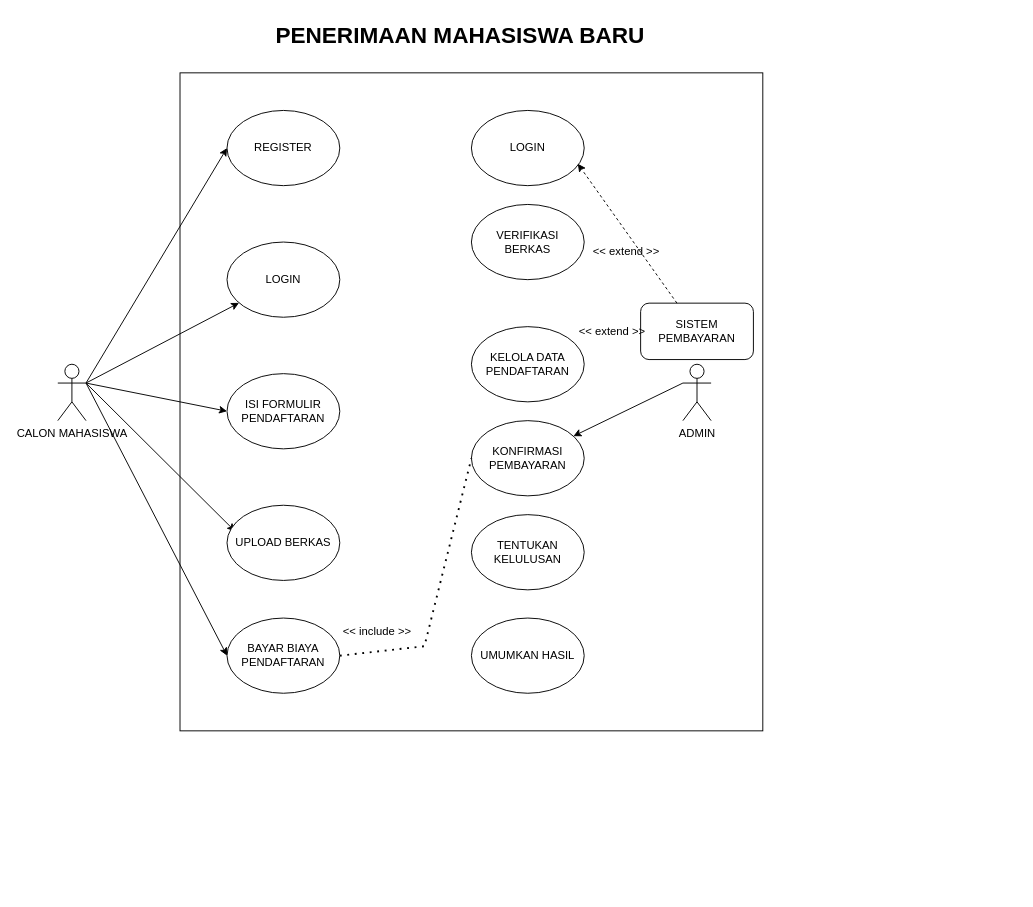
hanatrp/analisis-dan-perancangan-sistem keeps this draw.io diagram as page "Page-1" (1 of 2) of pmb/PMB.drawio. Above is the earlier version. Source tidied: cells renumbered, new cells numbered last; positions are measured from the earlier drawing's top-left corner, leaving out a move shared by most shapes. Both pictures are drawn from the tidied source at 94%, with x=0, y=0 at pixel (57, 16).
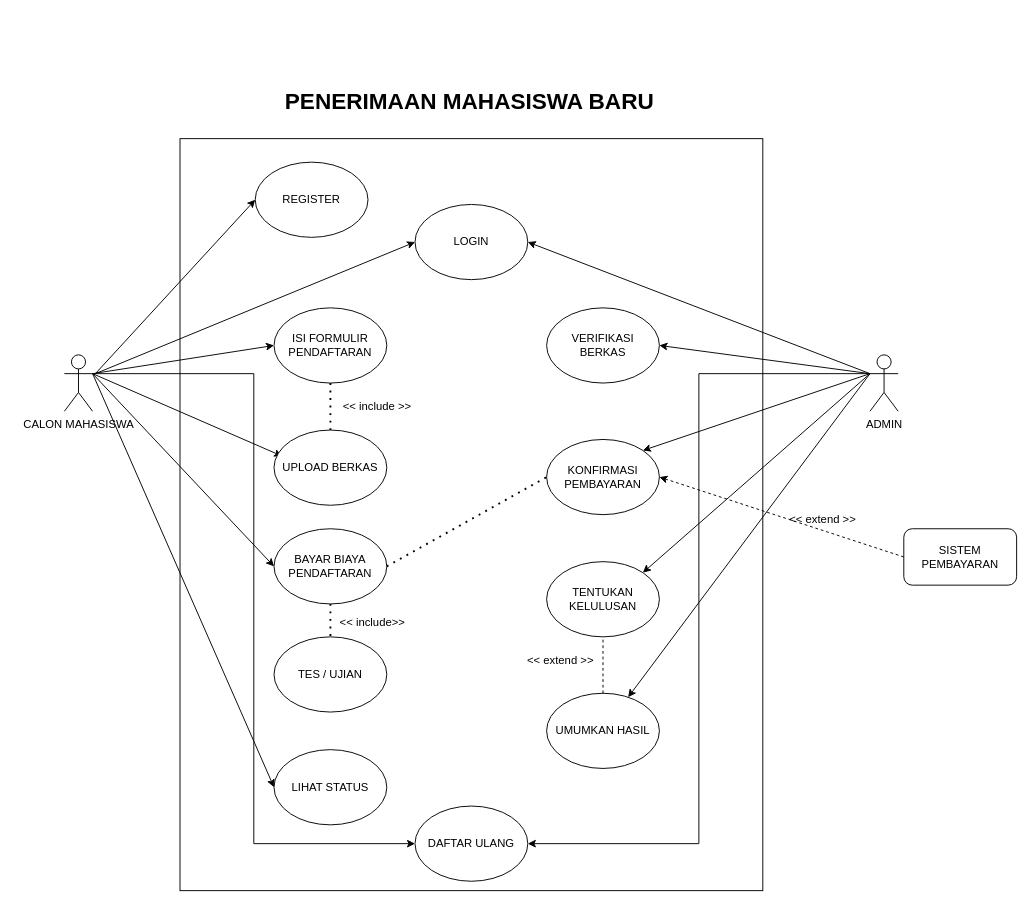
Above is the later version.

Change to the diagram source:
```diff
@@
     <mxCell id="2" style="rounded=0;whiteSpace=wrap;html=1;" parent="1" vertex="1">
-      <mxGeometry x="130" y="60" width="620" height="700" as="geometry" />
+      <mxGeometry x="130" y="130" width="620" height="800" as="geometry" />
     </mxCell>
     <mxCell id="3" style="rounded=0;jettySize=auto;html=1;entryX=0;entryY=0.5;entryDx=0;entryDy=0;" parent="1" edge="1" target="22">
       <mxGeometry relative="1" as="geometry">
-        <mxPoint x="30" y="390" as="sourcePoint" />
+        <mxPoint x="40" y="380" as="sourcePoint" />
       </mxGeometry>
     </mxCell>
-    <mxCell id="4" style="rounded=0;jettySize=auto;html=1;" parent="1" edge="1" target="11">
+    <mxCell id="4" style="rounded=0;jettySize=auto;html=1;entryX=0;entryY=0.5;entryDx=0;entryDy=0;" parent="1" edge="1" target="11">
       <mxGeometry relative="1" as="geometry">
-        <mxPoint x="30" y="390" as="sourcePoint" />
+        <mxPoint x="40" y="380" as="sourcePoint" />
       </mxGeometry>
     </mxCell>
-    <mxCell id="5" style="rounded=0;jettySize=auto;html=1;entryX=0;entryY=0.5;entryDx=0;entryDy=0;exitX=1;exitY=0.3333333333333333;exitDx=0;exitDy=0;exitPerimeter=0;" parent="1" edge="1" source="8" target="12">
-      <mxGeometry relative="1" as="geometry" />
+    <mxCell id="5" style="rounded=0;jettySize=auto;html=1;entryX=0;entryY=0.5;entryDx=0;entryDy=0;" parent="1" edge="1" target="12">
+      <mxGeometry relative="1" as="geometry">
+        <mxPoint x="37" y="380" as="sourcePoint" />
+      </mxGeometry>
     </mxCell>
@@
+    <mxCell id="29" style="rounded=0;jettySize=auto;html=1;exitX=1;exitY=0.3333333333333333;exitDx=0;exitDy=0;exitPerimeter=0;entryX=0;entryY=0.5;entryDx=0;entryDy=0;" parent="1" edge="1" source="8" target="35">
+      <mxGeometry relative="1" as="geometry" />
+    </mxCell>
+    <mxCell id="30" style="rounded=0;jettySize=auto;html=1;exitX=1;exitY=0.3333333333333333;exitDx=0;exitDy=0;exitPerimeter=0;entryX=0;entryY=0.5;entryDx=0;entryDy=0;edgeStyle=orthogonalEdgeStyle;" parent="1" edge="1" source="8" target="36">
+      <mxGeometry relative="1" as="geometry" />
+    </mxCell>
     <mxCell id="8" value="CALON MAHASISWA" style="shape=umlActor;verticalLabelPosition=bottom;verticalAlign=top;html=1;" parent="1" vertex="1">
-      <mxGeometry y="370" width="30" height="60" as="geometry" />
+      <mxGeometry x="7" y="360" width="30" height="60" as="geometry" />
     </mxCell>
     <mxCell id="9" value="UPLOAD BERKAS" style="ellipse;whiteSpace=wrap;html=1;" parent="1" vertex="1">
-      <mxGeometry x="180" y="520" width="120" height="80" as="geometry" />
+      <mxGeometry x="230" y="440" width="120" height="80" as="geometry" />
     </mxCell>
     <mxCell id="10" value="BAYAR BIAYA PENDAFTARAN" style="ellipse;whiteSpace=wrap;html=1;" parent="1" vertex="1">
-      <mxGeometry x="180" y="640" width="120" height="80" as="geometry" />
+      <mxGeometry x="230" y="545" width="120" height="80" as="geometry" />
     </mxCell>
     <mxCell id="11" value="LOGIN" style="ellipse;whiteSpace=wrap;html=1;" parent="1" vertex="1">
-      <mxGeometry x="180" y="240" width="120" height="80" as="geometry" />
+      <mxGeometry x="380" y="200" width="120" height="80" as="geometry" />
     </mxCell>
     <mxCell id="12" value="ISI FORMULIR PENDAFTARAN" style="ellipse;whiteSpace=wrap;html=1;" parent="1" vertex="1">
-      <mxGeometry x="180" y="380" width="120" height="80" as="geometry" />
+      <mxGeometry x="230" y="310" width="120" height="80" as="geometry" />
     </mxCell>
-    <mxCell id="13" style="rounded=0;jettySize=auto;html=1;exitX=0;exitY=0.3333333333333333;exitDx=0;exitDy=0;exitPerimeter=0;" parent="1" edge="1" source="14" target="19">
+    <mxCell id="13" style="rounded=0;jettySize=auto;html=1;entryX=1;entryY=0.5;entryDx=0;entryDy=0;exitX=0;exitY=0.3333333333333333;exitDx=0;exitDy=0;exitPerimeter=0;" parent="1" edge="1" source="14" target="17">
       <mxGeometry relative="1" as="geometry" />
     </mxCell>
+    <mxCell id="31" style="rounded=0;jettySize=auto;html=1;entryX=1;entryY=0.5;entryDx=0;entryDy=0;exitX=0;exitY=0.3333333333333333;exitDx=0;exitDy=0;exitPerimeter=0;" parent="1" edge="1" source="14" target="11">
+      <mxGeometry relative="1" as="geometry" />
+    </mxCell>
+    <mxCell id="32" style="rounded=0;jettySize=auto;html=1;entryX=1;entryY=0;entryDx=0;entryDy=0;exitX=0;exitY=0.3333333333333333;exitDx=0;exitDy=0;exitPerimeter=0;" parent="1" edge="1" source="14" target="19">
+      <mxGeometry relative="1" as="geometry" />
+    </mxCell>
+    <mxCell id="33" style="rounded=0;jettySize=auto;html=1;exitX=0;exitY=0.3333333333333333;exitDx=0;exitDy=0;exitPerimeter=0;" parent="1" edge="1" source="14" target="20">
+      <mxGeometry relative="1" as="geometry" />
+    </mxCell>
+    <mxCell id="34" style="rounded=0;jettySize=auto;html=1;exitX=0;exitY=0.3333333333333333;exitDx=0;exitDy=0;exitPerimeter=0;entryX=1;entryY=0.5;entryDx=0;entryDy=0;edgeStyle=orthogonalEdgeStyle;" parent="1" edge="1" source="14" target="36">
+      <mxGeometry relative="1" as="geometry" />
+    </mxCell>
     <mxCell id="14" value="ADMIN" style="shape=umlActor;verticalLabelPosition=bottom;verticalAlign=top;html=1;" parent="1" vertex="1">
-      <mxGeometry x="665" y="370" width="30" height="60" as="geometry" />
+      <mxGeometry x="864" y="360" width="30" height="60" as="geometry" />
     </mxCell>
     <mxCell id="15" value="&lt;h1 style=&quot;margin-top: 0px;&quot;&gt;PENERIMAAN MAHASISWA BARU&lt;/h1&gt;" style="text;html=1;whiteSpace=wrap;overflow=hidden;rounded=0;" parent="1" vertex="1">
-      <mxGeometry x="230" width="440" height="40" as="geometry" />
+      <mxGeometry x="240" y="70" width="440" height="40" as="geometry" />
     </mxCell>
-    <mxCell id="16" value="LOGIN" style="ellipse;whiteSpace=wrap;html=1;" parent="1" vertex="1">
-      <mxGeometry x="440" y="100" width="120" height="80" as="geometry" />
-    </mxCell>
     <mxCell id="17" value="VERIFIKASI BERKAS" style="ellipse;whiteSpace=wrap;html=1;" parent="1" vertex="1">
-      <mxGeometry x="440" y="200" width="120" height="80" as="geometry" />
+      <mxGeometry x="520" y="310" width="120" height="80" as="geometry" />
     </mxCell>
-    <mxCell id="18" value="KELOLA DATA PENDAFTARAN" style="ellipse;whiteSpace=wrap;html=1;" parent="1" vertex="1">
-      <mxGeometry x="440" y="330" width="120" height="80" as="geometry" />
-    </mxCell>
     <mxCell id="19" value="KONFIRMASI PEMBAYARAN" style="ellipse;whiteSpace=wrap;html=1;" parent="1" vertex="1">
-      <mxGeometry x="440" y="430" width="120" height="80" as="geometry" />
+      <mxGeometry x="520" y="450" width="120" height="80" as="geometry" />
     </mxCell>
     <mxCell id="20" value="UMUMKAN HASIL" style="ellipse;whiteSpace=wrap;html=1;" parent="1" vertex="1">
-      <mxGeometry x="440" y="640" width="120" height="80" as="geometry" />
+      <mxGeometry x="520" y="720" width="120" height="80" as="geometry" />
     </mxCell>
     <mxCell id="21" value="TENTUKAN KELULUSAN" style="ellipse;whiteSpace=wrap;html=1;" parent="1" vertex="1">
-      <mxGeometry x="440" y="530" width="120" height="80" as="geometry" />
+      <mxGeometry x="520" y="580" width="120" height="80" as="geometry" />
     </mxCell>
     <mxCell id="22" value="REGISTER" style="ellipse;whiteSpace=wrap;html=1;" parent="1" vertex="1">
-      <mxGeometry x="180" y="100" width="120" height="80" as="geometry" />
+      <mxGeometry x="210" y="155" width="120" height="80" as="geometry" />
     </mxCell>
     <mxCell id="23" value="SISTEM PEMBAYARAN" style="rounded=1;whiteSpace=wrap;html=1;" parent="1" vertex="1">
-      <mxGeometry x="620" y="305" width="120" height="60" as="geometry" />
+      <mxGeometry x="900" y="545" width="120" height="60" as="geometry" />
     </mxCell>
-    <mxCell id="24" style="endArrow=none;dashed=1;html=1;dashPattern=1 3;strokeWidth=2;rounded=0;curved=0;entryX=0;entryY=0.5;entryDx=0;entryDy=0;exitX=1;exitY=0.5;exitDx=0;exitDy=0;" parent="1" edge="1" source="10" target="19">
-      <mxGeometry relative="1" as="geometry">
-        <Array as="points">
-          <mxPoint x="390" y="670" />
-        </Array>
-      </mxGeometry>
+    <mxCell id="24" style="endArrow=none;dashed=1;html=1;dashPattern=1 3;strokeWidth=2;rounded=0;entryX=0;entryY=0.5;entryDx=0;entryDy=0;exitX=1;exitY=0.5;exitDx=0;exitDy=0;" parent="1" edge="1" source="10" target="19">
+      <mxGeometry relative="1" as="geometry" />
     </mxCell>
     <mxCell id="25" value="&amp;lt;&amp;lt; extend &amp;gt;&amp;gt;" style="text;html=1;whiteSpace=wrap;strokeColor=none;fillColor=none;align=center;verticalAlign=middle;rounded=0;" parent="1" vertex="1">
-      <mxGeometry x="560" y="235" width="90" height="30" as="geometry" />
+      <mxGeometry x="490" y="670" width="90" height="30" as="geometry" />
     </mxCell>
-    <mxCell id="26" style="endArrow=classic;html=1;rounded=0;dashed=1;entryX=0.943;entryY=0.709;entryDx=0;entryDy=0;entryPerimeter=0;" parent="1" edge="1" source="23" target="16">
+    <mxCell id="26" style="endArrow=classic;html=1;rounded=0;dashed=1;entryX=1;entryY=0.5;entryDx=0;entryDy=0;exitX=0;exitY=0.5;exitDx=0;exitDy=0;" parent="1" edge="1" source="23" target="19">
       <mxGeometry relative="1" as="geometry" />
     </mxCell>
+    <mxCell id="28" value="&amp;lt;&amp;lt; include &amp;gt;&amp;gt;" style="text;html=1;whiteSpace=wrap;strokeColor=none;fillColor=none;align=center;verticalAlign=middle;rounded=0;" parent="1" vertex="1">
+      <mxGeometry x="300" y="400" width="80" height="30" as="geometry" />
+    </mxCell>
+    <mxCell id="35" value="LIHAT STATUS" style="ellipse;whiteSpace=wrap;html=1;" parent="1" vertex="1">
+      <mxGeometry x="230" y="780" width="120" height="80" as="geometry" />
+    </mxCell>
+    <mxCell id="36" value="DAFTAR ULANG" style="ellipse;whiteSpace=wrap;html=1;" parent="1" vertex="1">
+      <mxGeometry x="380" y="840" width="120" height="80" as="geometry" />
+    </mxCell>
+    <mxCell id="37" value="TES / UJIAN" style="ellipse;whiteSpace=wrap;html=1;" parent="1" vertex="1">
+      <mxGeometry x="230" y="660" width="120" height="80" as="geometry" />
+    </mxCell>
+    <mxCell id="38" style="endArrow=classic;html=1;rounded=0;exitX=0;exitY=0.3333333333333333;exitDx=0;exitDy=0;exitPerimeter=0;entryX=1;entryY=0;entryDx=0;entryDy=0;" parent="1" edge="1" source="14" target="21">
+      <mxGeometry relative="1" as="geometry" />
+    </mxCell>
+    <mxCell id="39" style="endArrow=none;dashed=1;html=1;dashPattern=1 3;strokeWidth=2;rounded=0;entryX=0.5;entryY=1;entryDx=0;entryDy=0;exitX=0.5;exitY=0;exitDx=0;exitDy=0;" parent="1" edge="1" source="9" target="12">
+      <mxGeometry relative="1" as="geometry" />
+    </mxCell>
+    <mxCell id="40" style="endArrow=none;dashed=1;html=1;dashPattern=1 3;strokeWidth=2;rounded=0;exitX=0.5;exitY=1;exitDx=0;exitDy=0;" parent="1" edge="1" source="10" target="37">
+      <mxGeometry relative="1" as="geometry" />
+    </mxCell>
+    <mxCell id="41" value="&amp;lt;&amp;lt; include&amp;gt;&amp;gt;" style="text;html=1;whiteSpace=wrap;strokeColor=none;fillColor=none;align=center;verticalAlign=middle;rounded=0;" parent="1" vertex="1">
+      <mxGeometry x="290" y="630" width="90" height="30" as="geometry" />
+    </mxCell>
+    <mxCell id="42" style="endArrow=none;dashed=1;html=1;rounded=0;entryX=0.5;entryY=1;entryDx=0;entryDy=0;exitX=0.5;exitY=0;exitDx=0;exitDy=0;" parent="1" edge="1" source="20" target="21">
+      <mxGeometry relative="1" as="geometry" />
+    </mxCell>
     <mxCell id="27" value="&amp;lt;&amp;lt; extend &amp;gt;&amp;gt;" style="text;html=1;whiteSpace=wrap;strokeColor=none;fillColor=none;align=center;verticalAlign=middle;rounded=0;" parent="1" vertex="1">
-      <mxGeometry x="550" y="320" width="80" height="30" as="geometry" />
+      <mxGeometry x="764" y="520" width="100" height="30" as="geometry" />
     </mxCell>
-    <mxCell id="28" value="&amp;lt;&amp;lt; include &amp;gt;&amp;gt;" style="text;html=1;whiteSpace=wrap;strokeColor=none;fillColor=none;align=center;verticalAlign=middle;rounded=0;" parent="1" vertex="1">
-      <mxGeometry x="300" y="640" width="80" height="30" as="geometry" />
-    </mxCell>
```
